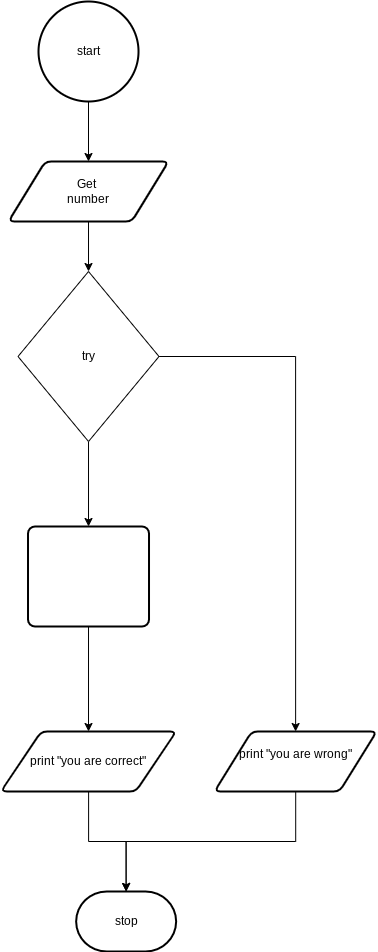
Before: Flowcchart.png, a diagram exported from draw.io (mohammedal-ess/ICS3U-Unit3-06-Python). Source tidied: cells renumbered, new cells last; positions are measured from the earlier drawing's top-left corner, leaving out a move shared by most shapes.
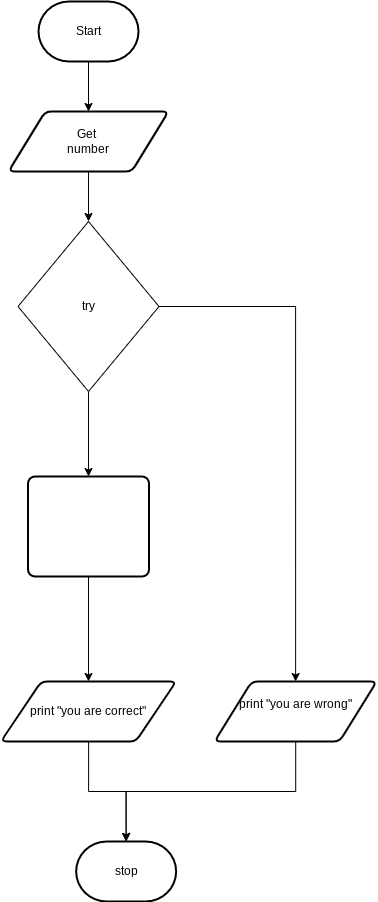
Later version of the same file.

Diff of the diagram source:
```diff
@@ -45,9 +45,6 @@
     <mxCell id="13" value="stop" style="strokeWidth=2;html=1;shape=mxgraph.flowchart.terminator;whiteSpace=wrap;" parent="1" vertex="1">
       <mxGeometry x="75.6" y="890" width="100" height="60" as="geometry" />
     </mxCell>
-    <mxCell id="14" value="start" style="strokeWidth=2;html=1;shape=mxgraph.flowchart.start_2;whiteSpace=wrap;" parent="1" vertex="1">
-      <mxGeometry x="38" width="100" height="100" as="geometry" />
-    </mxCell>
     <mxCell id="15" value="yes" style="text;html=1;align=center;verticalAlign=middle;strokeColor=none;fillColor=none;fontColor=#FFFFFF;" parent="1" vertex="1">
       <mxGeometry x="17.5" y="425" width="30" height="20" as="geometry" />
     </mxCell>
@@ -57,5 +54,8 @@
     <mxCell id="17" value="Guessing number from 0-9" style="rounded=1;whiteSpace=wrap;html=1;absoluteArcSize=1;arcSize=14;strokeWidth=2;fontColor=#FFFFFF;" parent="1" vertex="1">
       <mxGeometry x="27.5" y="525" width="121" height="100" as="geometry" />
     </mxCell>
+    <mxCell id="18" value="Start" style="strokeWidth=2;html=1;shape=mxgraph.flowchart.terminator;whiteSpace=wrap;" parent="1" vertex="1">
+      <mxGeometry x="38" y="50" width="100" height="60" as="geometry" />
+    </mxCell>
   </root>
 </mxGraphModel>
```
